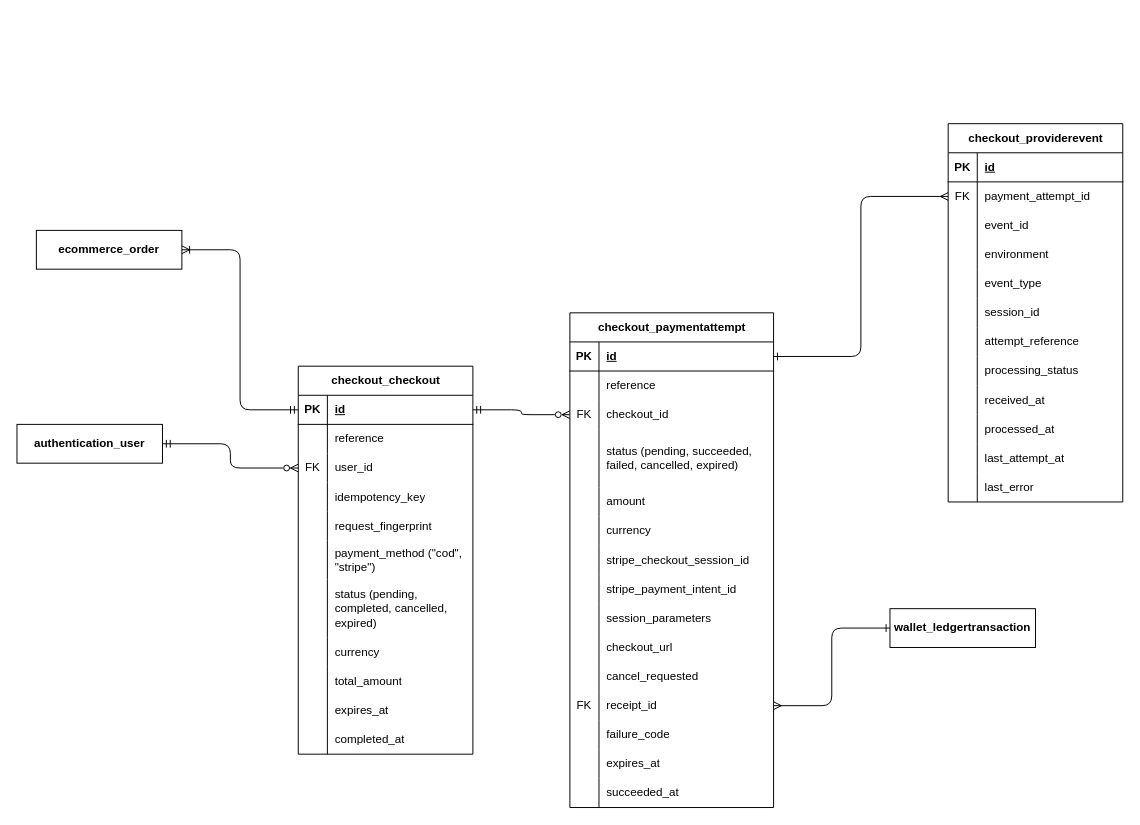
Before: page "Checkout" (8 of 10) of diagrams/erd/e-commerce-entity-relationship-diagram.drawio in RHILIUS/E-Commerce-Docs, a draw.io diagram. Source tidied: cells renumbered, new cells numbered last; positions are measured from the earlier drawing's top-left corner, leaving out a move shared by most shapes. Both pictures are drawn from the tidied source at 97%, with x=0, y=0 at pixel (16, 123).
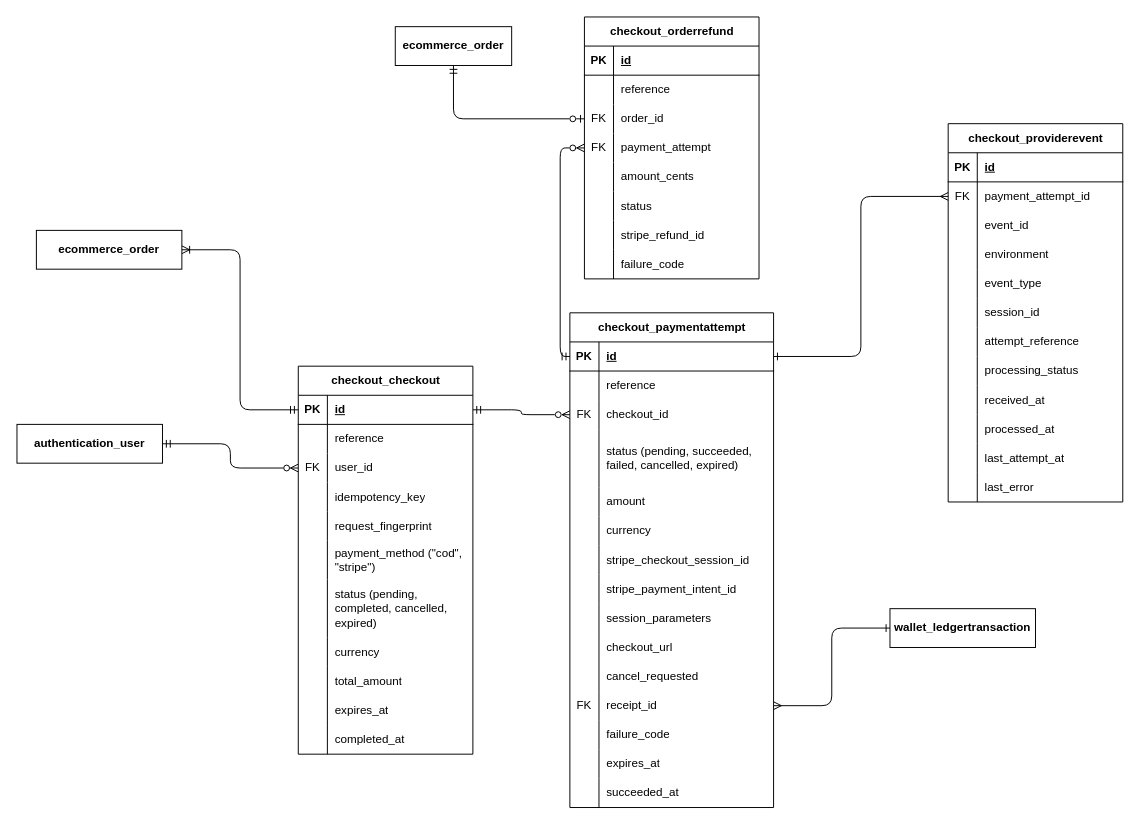
The same page after the edit.

Commit message (it also covers changes not shown here):
feat(docs): add customer cancellation and card refund implementation details

Unchanged cells that the change refers to:
```xml
<mxCell id="39" style="shape=tableRow;horizontal=0;startSize=0;swimlaneHead=0;swimlaneBody=0;fillColor=none;points=[[0,0.5],[1,0.5]];portConstraint=eastwest;top=0;left=0;right=0;bottom=1;" parent="38" vertex="1">
  <mxGeometry y="30" width="210" height="30" as="geometry" />
</mxCell>
```

What changed in the source:
```diff
@@
+    <mxCell id="127" value="checkout_orderrefund" style="shape=table;startSize=30;childLayout=tableLayout;rowLines=0;fontStyle=1;align=center;html=1;" parent="1" vertex="1">
+      <mxGeometry x="585" y="-110" width="180" height="270" as="geometry" />
+    </mxCell>
+    <mxCell id="128" style="shape=tableRow;horizontal=0;startSize=0;swimlaneHead=0;swimlaneBody=0;fillColor=none;top=0;left=0;right=0;bottom=1;" parent="127" vertex="1">
+      <mxGeometry y="30" width="180" height="30" as="geometry" />
+    </mxCell>
+    <mxCell id="129" value="PK" style="shape=partialRectangle;fillColor=none;top=0;left=0;bottom=0;right=0;fontStyle=1;overflow=hidden;whiteSpace=wrap;html=1;" parent="128" vertex="1">
+      <mxGeometry width="30" height="30" as="geometry" />
+    </mxCell>
+    <mxCell id="130" value="id" style="shape=partialRectangle;fillColor=none;top=0;left=0;bottom=0;right=0;align=left;spacingLeft=6;fontStyle=5;overflow=hidden;whiteSpace=wrap;html=1;" parent="128" vertex="1">
+      <mxGeometry x="30" width="150" height="30" as="geometry" />
+    </mxCell>
+    <mxCell id="131" style="shape=tableRow;horizontal=0;startSize=0;swimlaneHead=0;swimlaneBody=0;fillColor=none;top=0;left=0;right=0;bottom=0;" parent="127" vertex="1">
+      <mxGeometry y="60" width="180" height="30" as="geometry" />
+    </mxCell>
+    <mxCell id="132" style="shape=partialRectangle;fillColor=none;top=0;left=0;bottom=0;right=0;overflow=hidden;whiteSpace=wrap;html=1;" parent="131" vertex="1">
+      <mxGeometry width="30" height="30" as="geometry" />
+    </mxCell>
+    <mxCell id="133" value="reference" style="shape=partialRectangle;fillColor=none;top=0;left=0;bottom=0;right=0;align=left;spacingLeft=6;overflow=hidden;whiteSpace=wrap;html=1;" parent="131" vertex="1">
+      <mxGeometry x="30" width="150" height="30" as="geometry" />
+    </mxCell>
+    <mxCell id="134" style="shape=tableRow;horizontal=0;startSize=0;swimlaneHead=0;swimlaneBody=0;fillColor=none;points=[[0,0.5],[1,0.5]];portConstraint=eastwest;top=0;left=0;right=0;bottom=0;" parent="127" vertex="1">
+      <mxGeometry y="90" width="180" height="30" as="geometry" />
+    </mxCell>
+    <mxCell id="135" value="FK" style="shape=partialRectangle;fillColor=none;top=0;left=0;bottom=0;right=0;overflow=hidden;whiteSpace=wrap;html=1;" parent="134" vertex="1">
+      <mxGeometry width="30" height="30" as="geometry" />
+    </mxCell>
+    <mxCell id="136" value="order_id" style="shape=partialRectangle;fillColor=none;top=0;left=0;bottom=0;right=0;align=left;spacingLeft=6;overflow=hidden;whiteSpace=wrap;html=1;" parent="134" vertex="1">
+      <mxGeometry x="30" width="150" height="30" as="geometry" />
+    </mxCell>
+    <mxCell id="137" style="shape=tableRow;horizontal=0;startSize=0;swimlaneHead=0;swimlaneBody=0;fillColor=none;points=[[0,0.5],[1,0.5]];portConstraint=eastwest;top=0;left=0;right=0;bottom=0;" parent="127" vertex="1">
+      <mxGeometry y="120" width="180" height="30" as="geometry" />
+    </mxCell>
+    <mxCell id="138" value="FK" style="shape=partialRectangle;fillColor=none;top=0;left=0;bottom=0;right=0;overflow=hidden;whiteSpace=wrap;html=1;" parent="137" vertex="1">
+      <mxGeometry width="30" height="30" as="geometry" />
+    </mxCell>
+    <mxCell id="139" value="payment_attempt" style="shape=partialRectangle;fillColor=none;top=0;left=0;bottom=0;right=0;align=left;spacingLeft=6;overflow=hidden;whiteSpace=wrap;html=1;" parent="137" vertex="1">
+      <mxGeometry x="30" width="150" height="30" as="geometry" />
+    </mxCell>
+    <mxCell id="140" style="shape=tableRow;horizontal=0;startSize=0;swimlaneHead=0;swimlaneBody=0;fillColor=none;top=0;left=0;right=0;bottom=0;" parent="127" vertex="1">
+      <mxGeometry y="150" width="180" height="30" as="geometry" />
+    </mxCell>
+    <mxCell id="141" style="shape=partialRectangle;fillColor=none;top=0;left=0;bottom=0;right=0;overflow=hidden;whiteSpace=wrap;html=1;" parent="140" vertex="1">
+      <mxGeometry width="30" height="30" as="geometry" />
+    </mxCell>
+    <mxCell id="142" value="amount_cents" style="shape=partialRectangle;fillColor=none;top=0;left=0;bottom=0;right=0;align=left;spacingLeft=6;overflow=hidden;whiteSpace=wrap;html=1;" parent="140" vertex="1">
+      <mxGeometry x="30" width="150" height="30" as="geometry" />
+    </mxCell>
+    <mxCell id="143" style="shape=tableRow;horizontal=0;startSize=0;swimlaneHead=0;swimlaneBody=0;fillColor=none;top=0;left=0;right=0;bottom=0;" parent="127" vertex="1">
+      <mxGeometry y="180" width="180" height="30" as="geometry" />
+    </mxCell>
+    <mxCell id="144" style="shape=partialRectangle;fillColor=none;top=0;left=0;bottom=0;right=0;overflow=hidden;whiteSpace=wrap;html=1;" parent="143" vertex="1">
+      <mxGeometry width="30" height="30" as="geometry" />
+    </mxCell>
+    <mxCell id="145" value="status" style="shape=partialRectangle;fillColor=none;top=0;left=0;bottom=0;right=0;align=left;spacingLeft=6;overflow=hidden;whiteSpace=wrap;html=1;" parent="143" vertex="1">
+      <mxGeometry x="30" width="150" height="30" as="geometry" />
+    </mxCell>
+    <mxCell id="146" style="shape=tableRow;horizontal=0;startSize=0;swimlaneHead=0;swimlaneBody=0;fillColor=none;top=0;left=0;right=0;bottom=0;" parent="127" vertex="1">
+      <mxGeometry y="210" width="180" height="30" as="geometry" />
+    </mxCell>
+    <mxCell id="147" style="shape=partialRectangle;fillColor=none;top=0;left=0;bottom=0;right=0;overflow=hidden;whiteSpace=wrap;html=1;" parent="146" vertex="1">
+      <mxGeometry width="30" height="30" as="geometry" />
+    </mxCell>
+    <mxCell id="148" value="stripe_refund_id" style="shape=partialRectangle;fillColor=none;top=0;left=0;bottom=0;right=0;align=left;spacingLeft=6;overflow=hidden;whiteSpace=wrap;html=1;" parent="146" vertex="1">
+      <mxGeometry x="30" width="150" height="30" as="geometry" />
+    </mxCell>
+    <mxCell id="149" style="shape=tableRow;horizontal=0;startSize=0;swimlaneHead=0;swimlaneBody=0;fillColor=none;top=0;left=0;right=0;bottom=0;" parent="127" vertex="1">
+      <mxGeometry y="240" width="180" height="30" as="geometry" />
+    </mxCell>
+    <mxCell id="150" style="shape=partialRectangle;fillColor=none;top=0;left=0;bottom=0;right=0;overflow=hidden;whiteSpace=wrap;html=1;" parent="149" vertex="1">
+      <mxGeometry width="30" height="30" as="geometry" />
+    </mxCell>
+    <mxCell id="151" value="failure_code" style="shape=partialRectangle;fillColor=none;top=0;left=0;bottom=0;right=0;align=left;spacingLeft=6;overflow=hidden;whiteSpace=wrap;html=1;" parent="149" vertex="1">
+      <mxGeometry x="30" width="150" height="30" as="geometry" />
+    </mxCell>
+    <mxCell id="152" style="edgeStyle=orthogonalEdgeStyle;html=1;entryX=0;entryY=0.5;entryDx=0;entryDy=0;endArrow=ERzeroToOne;endFill=0;startArrow=ERmandOne;startFill=0;" parent="1" edge="1" source="153" target="134">
+      <mxGeometry relative="1" as="geometry" />
+    </mxCell>
+    <mxCell id="153" value="&lt;b&gt;ecommerce_order&lt;/b&gt;" style="whiteSpace=wrap;html=1;align=center;" parent="1" vertex="1">
+      <mxGeometry x="390" y="-100" width="120" height="40" as="geometry" />
+    </mxCell>
+    <mxCell id="154" style="edgeStyle=orthogonalEdgeStyle;html=1;entryX=0;entryY=0.5;entryDx=0;entryDy=0;startArrow=ERmandOne;startFill=0;exitX=0;exitY=0.5;exitDx=0;exitDy=0;endArrow=ERzeroToMany;endFill=0;" parent="1" edge="1" source="39" target="137">
+      <mxGeometry x="0.01" relative="1" as="geometry" />
+    </mxCell>
```
